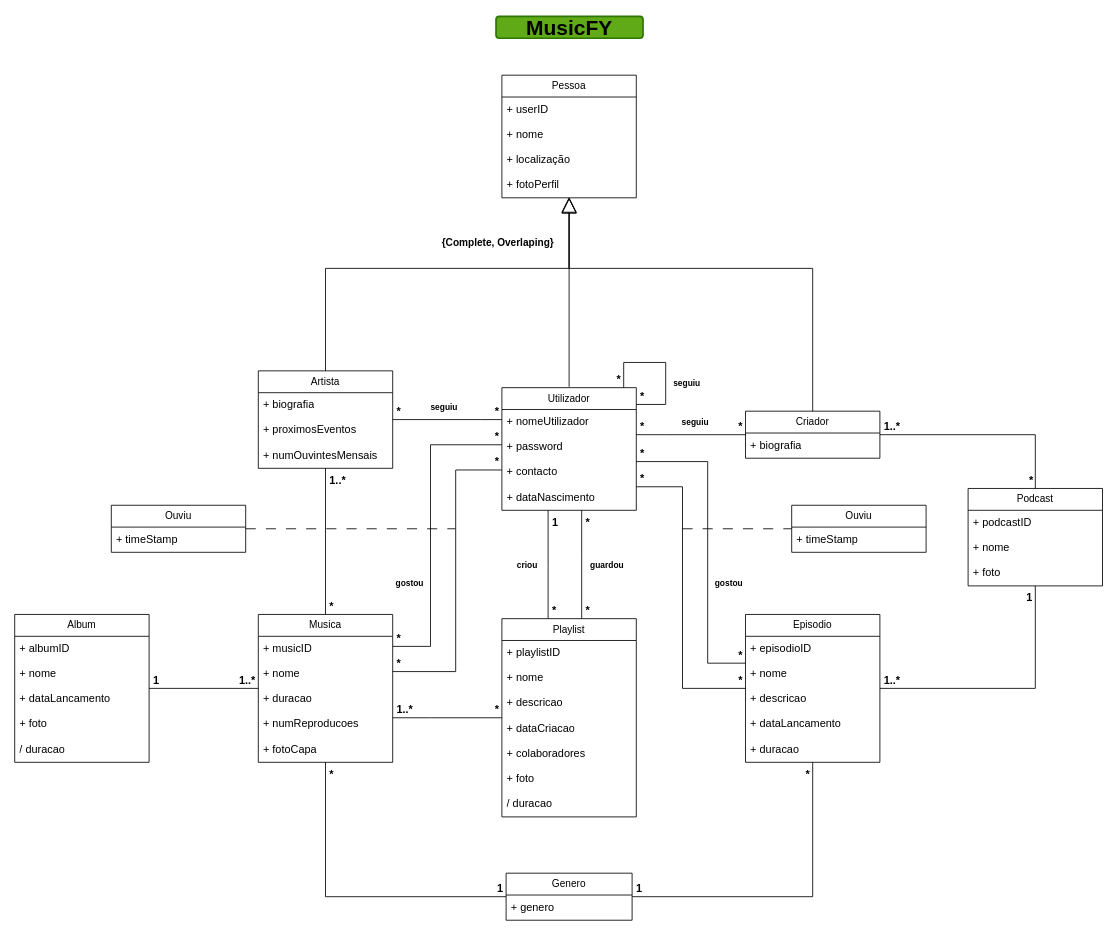
Earlier version of the draw.io diagram UMLmusicFY.drawio (PedroLunet/database). Source tidied: cells renumbered, new cells numbered last; positions are measured from the earlier drawing's top-left corner, leaving out a move shared by most shapes. Both pictures are drawn from the tidied source at 84%, with x=0, y=0 at pixel (14, 16).
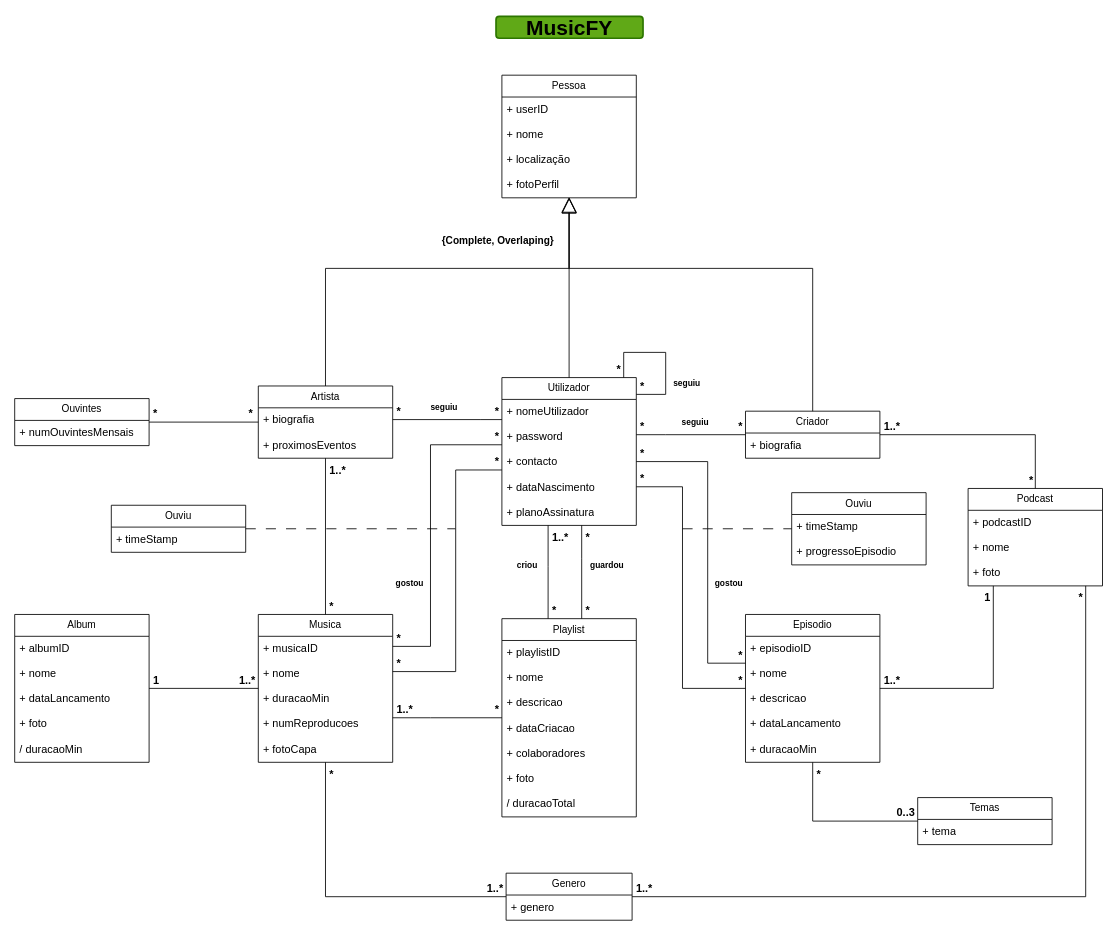
The same diagram, later.

The change refers to these unchanged cells:
```xml
<mxCell id="32" value="Musica" style="swimlane;fontStyle=0;horizontal=1;startSize=26;fillColor=none;whiteSpace=wrap;html=1;" parent="1" vertex="1">
  <mxGeometry x="290" y="712" width="160" height="176" as="geometry" />
</mxCell>
<mxCell id="41" value="Album" style="swimlane;fontStyle=0;horizontal=1;startSize=26;fillColor=none;whiteSpace=wrap;html=1;" parent="1" vertex="1">
  <mxGeometry y="712" width="160" height="176" as="geometry" />
</mxCell>
<mxCell id="50" value="Podcast" style="swimlane;fontStyle=0;horizontal=1;startSize=26;fillColor=none;whiteSpace=wrap;html=1;" parent="1" vertex="1">
  <mxGeometry x="1135" y="562" width="160" height="116" as="geometry" />
</mxCell>
<mxCell id="57" value="Episodio" style="swimlane;fontStyle=0;horizontal=1;startSize=26;fillColor=none;whiteSpace=wrap;html=1;" parent="1" vertex="1">
  <mxGeometry x="870" y="712" width="160" height="176" as="geometry" />
</mxCell>
<mxCell id="66" value="Genero" style="swimlane;fontStyle=0;horizontal=1;startSize=26;fillColor=none;whiteSpace=wrap;html=1;" parent="1" vertex="1">
  <mxGeometry x="585" y="1020" width="150" height="56" as="geometry" />
</mxCell>
<mxCell id="68" value="Playlist" style="swimlane;fontStyle=0;horizontal=1;startSize=26;fillColor=none;whiteSpace=wrap;html=1;" parent="1" vertex="1">
  <mxGeometry x="580" y="717" width="160" height="236" as="geometry" />
</mxCell>
<mxCell id="76" style="endArrow=none;html=1;edgeStyle=orthogonalEdgeStyle;rounded=0;" parent="1" edge="1" source="7" target="68">
  <mxGeometry relative="1" as="geometry">
    <Array as="points">
      <mxPoint x="635" y="655" />
      <mxPoint x="635" y="655" />
    </Array>
  </mxGeometry>
</mxCell>
<mxCell id="87" style="endArrow=none;html=1;edgeStyle=orthogonalEdgeStyle;rounded=0;" parent="1" edge="1" source="32" target="66">
  <mxGeometry relative="1" as="geometry">
    <Array as="points">
      <mxPoint x="370" y="1048" />
    </Array>
  </mxGeometry>
</mxCell>
```

Diff of the diagram source:
```diff
@@
     <mxCell id="7" value="Utilizador" style="swimlane;fontStyle=0;horizontal=1;startSize=26;fillColor=none;whiteSpace=wrap;html=1;" parent="1" vertex="1">
-      <mxGeometry x="580" y="442" width="160" height="146" as="geometry" />
+      <mxGeometry x="580" y="430" width="160" height="176" as="geometry" />
     </mxCell>
@@
+    <mxCell id="121" value="+ planoAssinatura" style="text;strokeColor=none;fillColor=none;align=left;verticalAlign=top;spacingLeft=4;spacingRight=4;overflow=hidden;whiteSpace=wrap;html=1;fontSize=13;" parent="7" vertex="1">
+      <mxGeometry y="146" width="160" height="30" as="geometry" />
+    </mxCell>
     <mxCell id="12" value="Artista" style="swimlane;fontStyle=0;horizontal=1;startSize=26;fillColor=none;whiteSpace=wrap;html=1;" parent="1" vertex="1">
-      <mxGeometry x="290" y="422" width="160" height="116" as="geometry" />
+      <mxGeometry x="290" y="440" width="160" height="86" as="geometry" />
     </mxCell>
@@
-    <mxCell id="15" value="+ numOuvintesMensais" style="text;strokeColor=none;fillColor=none;align=left;verticalAlign=top;spacingLeft=4;spacingRight=4;overflow=hidden;whiteSpace=wrap;html=1;fontSize=13;" parent="12" vertex="1">
-      <mxGeometry y="86" width="160" height="30" as="geometry" />
-    </mxCell>
@@
-    <mxCell id="19" value="&lt;font style=&quot;font-size: 12px;&quot;&gt;&lt;b&gt;{Complete, Overlaping}&lt;/b&gt;&lt;/font&gt;" style="endArrow=block;endSize=16;endFill=0;html=1;rounded=0;" parent="1" edge="1">
+    <mxCell id="19" value="&lt;font style=&quot;font-size: 12px;&quot;&gt;&lt;b&gt;{Complete, Overlaping}&lt;/b&gt;&lt;/font&gt;" style="endArrow=block;endSize=16;endFill=0;html=1;rounded=0;exitX=0.5;exitY=0;exitDx=0;exitDy=0;" parent="1" edge="1" source="7">
       <mxGeometry x="0.51" y="85" relative="1" as="geometry">
-        <mxPoint x="660" y="441" as="sourcePoint" />
         <mxPoint x="660" y="215" as="targetPoint" />
         <Array as="points">
           <mxPoint x="660" y="299" />
         </Array>
       </mxGeometry>
     </mxCell>
@@
     <mxCell id="21" style="endArrow=none;html=1;edgeStyle=orthogonalEdgeStyle;rounded=0;verticalAlign=middle;" parent="1" edge="1" source="7" target="7">
       <mxGeometry relative="1" as="geometry">
         <Array as="points">
-          <mxPoint x="775" y="462" />
-          <mxPoint x="775" y="412" />
-          <mxPoint x="725" y="412" />
+          <mxPoint x="775" y="450" />
+          <mxPoint x="775" y="400" />
+          <mxPoint x="725" y="400" />
         </Array>
       </mxGeometry>
     </mxCell>
@@
-    <mxCell id="33" value="+ musicID" style="text;strokeColor=none;fillColor=none;align=left;verticalAlign=top;spacingLeft=4;spacingRight=4;overflow=hidden;whiteSpace=wrap;html=1;fontSize=13;" parent="32" vertex="1">
+    <mxCell id="33" value="+ musicaID" style="text;strokeColor=none;fillColor=none;align=left;verticalAlign=top;spacingLeft=4;spacingRight=4;overflow=hidden;whiteSpace=wrap;html=1;fontSize=13;" parent="32" vertex="1">
       <mxGeometry y="26" width="160" height="30" as="geometry" />
     </mxCell>
@@
-    <mxCell id="35" value="+ duracao" style="text;strokeColor=none;fillColor=none;align=left;verticalAlign=top;spacingLeft=4;spacingRight=4;overflow=hidden;whiteSpace=wrap;html=1;fontSize=13;" parent="32" vertex="1">
+    <mxCell id="35" value="+ duracaoMin" style="text;strokeColor=none;fillColor=none;align=left;verticalAlign=top;spacingLeft=4;spacingRight=4;overflow=hidden;whiteSpace=wrap;html=1;fontSize=13;" parent="32" vertex="1">
       <mxGeometry y="86" width="160" height="30" as="geometry" />
     </mxCell>
@@
-    <mxCell id="46" value="/ duracao" style="text;strokeColor=none;fillColor=none;align=left;verticalAlign=top;spacingLeft=4;spacingRight=4;overflow=hidden;whiteSpace=wrap;html=1;fontSize=13;" parent="41" vertex="1">
+    <mxCell id="46" value="/ duracaoMin" style="text;strokeColor=none;fillColor=none;align=left;verticalAlign=top;spacingLeft=4;spacingRight=4;overflow=hidden;whiteSpace=wrap;html=1;fontSize=13;" parent="41" vertex="1">
       <mxGeometry y="146" width="160" height="30" as="geometry" />
     </mxCell>
@@
-    <mxCell id="62" value="+ duracao" style="text;strokeColor=none;fillColor=none;align=left;verticalAlign=top;spacingLeft=4;spacingRight=4;overflow=hidden;whiteSpace=wrap;html=1;fontSize=13;" parent="57" vertex="1">
+    <mxCell id="62" value="+ duracaoMin" style="text;strokeColor=none;fillColor=none;align=left;verticalAlign=top;spacingLeft=4;spacingRight=4;overflow=hidden;whiteSpace=wrap;html=1;fontSize=13;" parent="57" vertex="1">
       <mxGeometry y="146" width="160" height="30" as="geometry" />
     </mxCell>
     <mxCell id="63" style="endArrow=none;html=1;edgeStyle=orthogonalEdgeStyle;rounded=0;" parent="1" edge="1" source="50" target="57">
       <mxGeometry relative="1" as="geometry">
         <Array as="points">
-          <mxPoint x="1215" y="800" />
+          <mxPoint x="1165" y="800" />
         </Array>
       </mxGeometry>
     </mxCell>
@@
-    <mxCell id="75" value="/ duracao" style="text;strokeColor=none;fillColor=none;align=left;verticalAlign=top;spacingLeft=4;spacingRight=4;overflow=hidden;whiteSpace=wrap;html=1;fontSize=13;" parent="68" vertex="1">
+    <mxCell id="75" value="/ duracaoTotal" style="text;strokeColor=none;fillColor=none;align=left;verticalAlign=top;spacingLeft=4;spacingRight=4;overflow=hidden;whiteSpace=wrap;html=1;fontSize=13;" parent="68" vertex="1">
       <mxGeometry y="206" width="160" height="30" as="geometry" />
     </mxCell>
@@
-    <mxCell id="77" value="1" style="edgeLabel;html=1;align=left;verticalAlign=top;fontSize=13;fontStyle=1;labelBackgroundColor=none;" parent="76" vertex="1">
+    <mxCell id="77" value="1..*" style="edgeLabel;html=1;align=left;verticalAlign=top;fontSize=13;fontStyle=1;labelBackgroundColor=none;" parent="76" vertex="1">
       <mxGeometry x="-1" relative="1" as="geometry">
         <mxPoint x="3" as="offset" />
       </mxGeometry>
     </mxCell>
@@
-    <mxCell id="89" value="1" style="edgeLabel;html=1;align=right;verticalAlign=bottom;fontSize=13;fontStyle=1;labelBackgroundColor=none;" parent="87" vertex="1">
+    <mxCell id="89" value="1..*" style="edgeLabel;html=1;align=right;verticalAlign=bottom;fontSize=13;fontStyle=1;labelBackgroundColor=none;" parent="87" vertex="1">
       <mxGeometry x="1" relative="1" as="geometry">
         <mxPoint x="-3" as="offset" />
       </mxGeometry>
     </mxCell>
-    <mxCell id="90" style="endArrow=none;html=1;edgeStyle=orthogonalEdgeStyle;rounded=0;" parent="1" edge="1" source="66" target="57">
-      <mxGeometry relative="1" as="geometry" />
+    <mxCell id="90" style="endArrow=none;html=1;edgeStyle=orthogonalEdgeStyle;rounded=0;" parent="1" edge="1" source="66" target="50">
+      <mxGeometry relative="1" as="geometry">
+        <Array as="points">
+          <mxPoint x="1275" y="1048" />
+        </Array>
+      </mxGeometry>
     </mxCell>
-    <mxCell id="91" value="1" style="edgeLabel;html=1;align=left;verticalAlign=bottom;fontSize=13;fontStyle=1;labelBackgroundColor=none;" parent="90" vertex="1">
+    <mxCell id="91" value="1..*" style="edgeLabel;html=1;align=left;verticalAlign=bottom;fontSize=13;fontStyle=1;labelBackgroundColor=none;" parent="90" vertex="1">
       <mxGeometry x="-1" relative="1" as="geometry">
         <mxPoint x="3" as="offset" />
       </mxGeometry>
     </mxCell>
@@
     <mxCell id="97" value="Ouviu" style="swimlane;fontStyle=0;horizontal=1;startSize=26;fillColor=none;whiteSpace=wrap;html=1;" parent="1" vertex="1">
-      <mxGeometry x="925" y="582" width="160" height="56" as="geometry" />
+      <mxGeometry x="925" y="567" width="160" height="86" as="geometry" />
     </mxCell>
@@
+    <mxCell id="122" value="+ progressoEpisodio" style="text;strokeColor=none;fillColor=none;align=left;verticalAlign=top;spacingLeft=4;spacingRight=4;overflow=hidden;whiteSpace=wrap;html=1;fontSize=13;" parent="97" vertex="1">
+      <mxGeometry y="56" width="160" height="30" as="geometry" />
+    </mxCell>
@@
+    <mxCell id="123" value="Ouvintes" style="swimlane;fontStyle=0;horizontal=1;startSize=26;fillColor=none;whiteSpace=wrap;html=1;" parent="1" vertex="1">
+      <mxGeometry y="455" width="160" height="56" as="geometry" />
+    </mxCell>
+    <mxCell id="15" value="+ numOuvintesMensais" style="text;strokeColor=none;fillColor=none;align=left;verticalAlign=top;spacingLeft=4;spacingRight=4;overflow=hidden;whiteSpace=wrap;html=1;fontSize=13;" parent="123" vertex="1">
+      <mxGeometry y="26" width="160" height="30" as="geometry" />
+    </mxCell>
+    <mxCell id="124" style="endArrow=none;html=1;edgeStyle=orthogonalEdgeStyle;rounded=0;" parent="1" edge="1" source="123" target="12">
+      <mxGeometry relative="1" as="geometry" />
+    </mxCell>
+    <mxCell id="125" value="*" style="edgeLabel;html=1;align=left;verticalAlign=bottom;labelBackgroundColor=none;fontStyle=1;fontSize=13;" parent="124" vertex="1">
+      <mxGeometry x="-1" relative="1" as="geometry">
+        <mxPoint x="3" as="offset" />
+      </mxGeometry>
+    </mxCell>
+    <mxCell id="126" value="*" style="edgeLabel;html=1;align=right;verticalAlign=bottom;fontSize=13;fontStyle=1;labelBackgroundColor=none;" parent="124" vertex="1">
+      <mxGeometry x="1" relative="1" as="geometry">
+        <mxPoint x="-6" as="offset" />
+      </mxGeometry>
+    </mxCell>
+    <mxCell id="127" value="Temas" style="swimlane;fontStyle=0;horizontal=1;startSize=26;fillColor=none;whiteSpace=wrap;html=1;" parent="1" vertex="1">
+      <mxGeometry x="1075" y="930" width="160" height="56" as="geometry" />
+    </mxCell>
+    <mxCell id="128" value="+ tema" style="text;strokeColor=none;fillColor=none;align=left;verticalAlign=top;spacingLeft=4;spacingRight=4;overflow=hidden;whiteSpace=wrap;html=1;fontSize=13;" parent="127" vertex="1">
+      <mxGeometry y="26" width="160" height="30" as="geometry" />
+    </mxCell>
+    <mxCell id="129" style="endArrow=none;html=1;edgeStyle=orthogonalEdgeStyle;rounded=0;" parent="1" edge="1" source="57" target="127">
+      <mxGeometry relative="1" as="geometry">
+        <Array as="points">
+          <mxPoint x="950" y="958" />
+        </Array>
+      </mxGeometry>
+    </mxCell>
+    <mxCell id="130" value="*" style="edgeLabel;html=1;align=left;verticalAlign=top;labelBackgroundColor=none;fontSize=13;fontStyle=1;" parent="129" vertex="1">
+      <mxGeometry x="-1" relative="1" as="geometry">
+        <mxPoint x="3" as="offset" />
+      </mxGeometry>
+    </mxCell>
+    <mxCell id="131" value="0..3" style="edgeLabel;html=1;align=right;verticalAlign=bottom;labelBackgroundColor=none;fontStyle=1;fontSize=13;" parent="129" vertex="1">
+      <mxGeometry x="1" relative="1" as="geometry">
+        <mxPoint x="-3" as="offset" />
+      </mxGeometry>
+    </mxCell>
```
